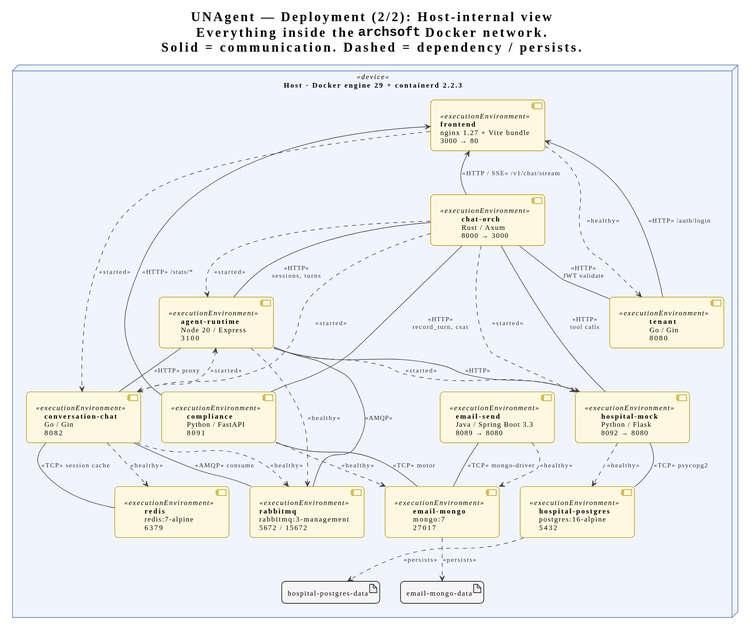
UNagent-1D/dev-runner keeps this PlantUML diagram as docs/deployment-2-host.svg. Above is the earlier version.
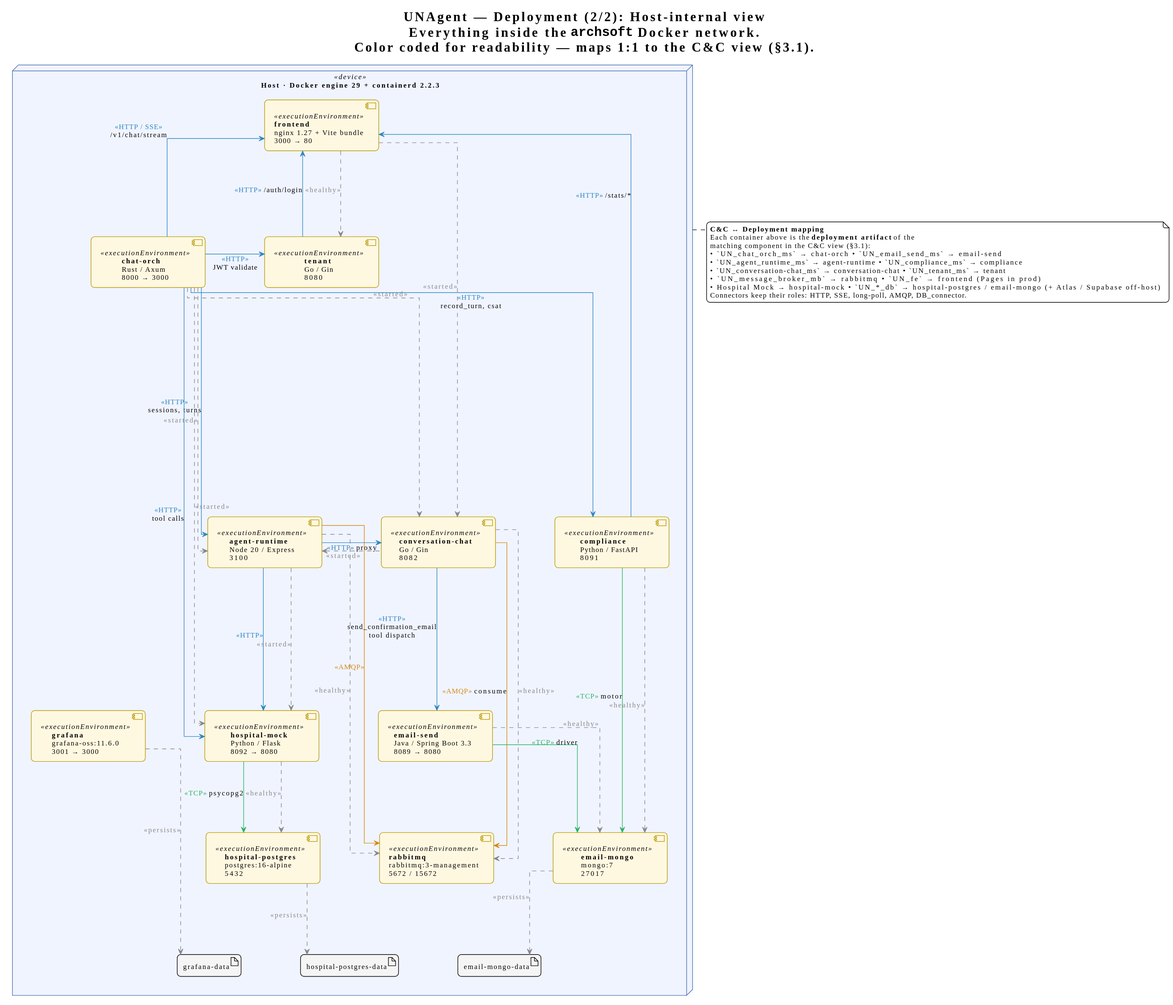
After the change.

Diff of the diagram source:
```diff
@@ -1,14 +1,12 @@
 @startuml
 !theme plain
-title **UNAgent — Deployment (2/2): Host-internal view**\nEverything inside the ""archsoft"" Docker network.\nSolid = communication. Dashed = dependency / persists.
+title **UNAgent — Deployment (2/2): Host-internal view**\nEverything inside the ""archsoft"" Docker network.\nColor coded for readability — maps 1:1 to the C&C view (§3.1).
 
 skinparam shadowing false
 skinparam roundCorner 12
 skinparam defaultFontName "Inter, Helvetica, sans-serif"
 skinparam defaultFontSize 12
-skinparam ArrowColor #444
-skinparam ArrowFontSize 11
-skinparam ArrowFontColor #333
+
 skinparam NodeBackgroundColor #F0F4FF
 skinparam NodeBorderColor #4A6FB5
 skinparam ComponentBackgroundColor #FFF8E1
@@ -16,8 +14,10 @@
 skinparam ArtifactBackgroundColor #F5F5F5
 skinparam DatabaseBackgroundColor #FFF6E0
 skinparam Style strictuml
-top to bottom direction
 
+skinparam linetype ortho
+skinparam nodesep 100
+skinparam ranksep 120
 
 node "Host  ·  Docker engine 29 + containerd 2.2.3" <<device>> as host {
 
@@ -36,10 +36,10 @@
   together {
     component "**hospital-mock**\nPython / Flask\n8092 → 8080" <<executionEnvironment>> as hosp
     component "**email-send**\nJava / Spring Boot 3.3\n8089 → 8080" <<executionEnvironment>> as email
+    component "**grafana**\ngrafana-oss:11.6.0\n3001 → 3000" <<executionEnvironment>> as graf
   }
 
   together {
-    component "**redis**\nredis:7-alpine\n6379" <<executionEnvironment>> as redis
     component "**rabbitmq**\nrabbitmq:3-management\n5672 / 15672" <<executionEnvironment>> as rmq
     component "**hospital-postgres**\npostgres:16-alpine\n5432" <<executionEnvironment>> as hpg
     component "**email-mongo**\nmongo:7\n27017" <<executionEnvironment>> as emongo
@@ -48,59 +48,76 @@
   together {
     artifact "hospital-postgres-data" as volH
     artifact "email-mongo-data" as volE
+    artifact "grafana-data" as volG
   }
 }
 
+fe -[hidden]right-> orch
+orch -[hidden]right-> tenant
 
-fe     <-- orch  : <<HTTP / SSE>> /v1/chat/stream
-fe     <-- tenant: <<HTTP>> /auth/login
-fe     <-- comp  : <<HTTP>> /stats/*
+agent -[hidden]right-> conv
+conv -[hidden]right-> comp
 
-orch -- agent : <<HTTP>>\nsessions, turns
-orch -- comp  : <<HTTP>>\nrecord_turn, csat
-orch -- tenant: <<HTTP>>\nJWT validate
-orch -- hosp  : <<HTTP>>\ntool calls
+hosp -[hidden]right-> email
+email -[hidden]right-> graf
 
-agent -- conv : <<HTTP>> proxy
-agent -- hosp : <<HTTP>>
-agent -- rmq  : <<AMQP>>
+rmq -[hidden]right-> hpg
+hpg -[hidden]right-> emongo
 
-conv -- redis : <<TCP>> session cache
-conv -- rmq   : <<AMQP>> consume
+volH -[hidden]right-> volE
+volE -[hidden]right-> volG
 
-hosp  -- hpg     : <<TCP>> psycopg2
-comp  -- emongo  : <<TCP>> motor
-email -- emongo  : <<TCP>> mongo-driver
+fe -[hidden]down-> agent
+agent -[hidden]down-> hosp
+hosp -[hidden]down-> rmq
+rmq -[hidden]down-> volH
 
-hosp  ..> hpg     : <<healthy>>
-conv  ..> redis   : <<healthy>>
-conv  ..> rmq     : <<healthy>>
-conv  ..> agent   : <<started>>
-agent ..> rmq     : <<healthy>>
-agent ..> hosp    : <<started>>
-orch  ..> agent   : <<started>>
-orch  ..> conv    : <<started>>
-orch  ..> hosp    : <<started>>
-fe    ..> tenant  : <<healthy>>
-fe    ..> conv    : <<started>>
-comp  ..> emongo  : <<healthy>>
-email ..> emongo  : <<healthy>>
+orch -[#2E86C1]up-> fe : <color:#2E86C1><<HTTP / SSE>></color>\n/v1/chat/stream
+tenant -[#2E86C1]left-> fe : <color:#2E86C1><<HTTP>></color> /auth/login
+comp -[#2E86C1]up-> fe : <color:#2E86C1><<HTTP>></color> /stats/*
 
-hpg    ..> volH : <<persists>>
-emongo ..> volE : <<persists>>
+orch -[#2E86C1]down-> agent : <color:#2E86C1><<HTTP>></color>\nsessions, turns
+orch --[#2E86C1]down--> comp  : <color:#2E86C1><<HTTP>></color>\nrecord_turn, csat
+orch -[#2E86C1]right-> tenant: <color:#2E86C1><<HTTP>></color>\nJWT validate
+orch --[#2E86C1]down--> hosp  : <color:#2E86C1><<HTTP>></color>\ntool calls
 
-fe     -[hidden]right- orch
-orch   -[hidden]right- tenant
-agent  -[hidden]right- conv
-conv   -[hidden]right- comp
-hosp   -[hidden]right- email
-redis  -[hidden]right- rmq
-rmq    -[hidden]right- hpg
-hpg    -[hidden]right- emongo
-volH   -[hidden]right- volE
+agent -[#2E86C1]right-> conv : <color:#2E86C1><<HTTP>></color> proxy
+agent -[#2E86C1]down-> hosp : <color:#2E86C1><<HTTP>></color>
+agent --[#D68910]down--> rmq  : <color:#D68910><<AMQP>></color>
 
-fe     -[hidden]down- agent
-agent  -[hidden]down- hosp
-hosp   -[hidden]down- redis
-redis  -[hidden]down- volH
+conv --[#D68910]down--> rmq   : <color:#D68910><<AMQP>></color> consume
+conv --[#2E86C1]right--> email : <color:#2E86C1><<HTTP>></color>\nsend_confirmation_email\ntool dispatch
+
+hosp -[#28B463]down-> hpg   : <color:#28B463><<TCP>></color> psycopg2
+comp --[#28B463]down--> emongo : <color:#28B463><<TCP>></color> motor
+email -[#28B463]down-> emongo : <color:#28B463><<TCP>></color> driver
+
+hosp .[#888888]down.> hpg      : <color:#888888><<healthy>></color>
+conv .[#888888]down.> rmq      : <color:#888888><<healthy>></color>
+conv .[#888888]left.> agent    : <color:#888888><<started>></color>
+agent .[#888888]down.> rmq     : <color:#888888><<healthy>></color>
+agent .[#888888]down.> hosp    : <color:#888888><<started>></color>
+orch .[#888888]down.> agent    : <color:#888888><<started>></color>
+orch .[#888888]down.> conv     : <color:#888888><<started>></color>
+orch .[#888888]down.> hosp     : <color:#888888><<started>></color>
+fe .[#888888]right.> tenant   : <color:#888888><<healthy>></color>
+fe .[#888888]down.> conv      : <color:#888888><<started>></color>
+comp .[#888888]down.> emongo   : <color:#888888><<healthy>></color>
+email .[#888888]down.> emongo  : <color:#888888><<healthy>></color>
+
+hpg .[#888888]down.> volH : <color:#888888><<persists>></color>
+emongo .[#888888]down.> volE : <color:#888888><<persists>></color>
+graf .[#888888]down.> volG : <color:#888888><<persists>></color>
+
+note bottom of host
+  **C&C ↔ Deployment mapping**
+  Each container above is the **deployment artifact** of the
+  matching component in the C&C view (§3.1):
+  • `UN_chat_orch_ms`   → chat-orch              • `UN_email_send_ms`  → email-send
+  • `UN_agent_runtime_ms` → agent-runtime         • `UN_compliance_ms`  → compliance
+  • `UN_conversation-chat_ms` → conversation-chat  • `UN_tenant_ms`      → tenant
+  • `UN_message_broker_mb` → rabbitmq             • `UN_fe`            → frontend (Pages in prod)
+  • Hospital Mock         → hospital-mock         • `UN_*_db`          → hospital-postgres / email-mongo (+ Atlas / Supabase off-host)
+  Connectors keep their roles: HTTP, SSE, long-poll, AMQP, DB_connector.
+end note
 @enduml
```
